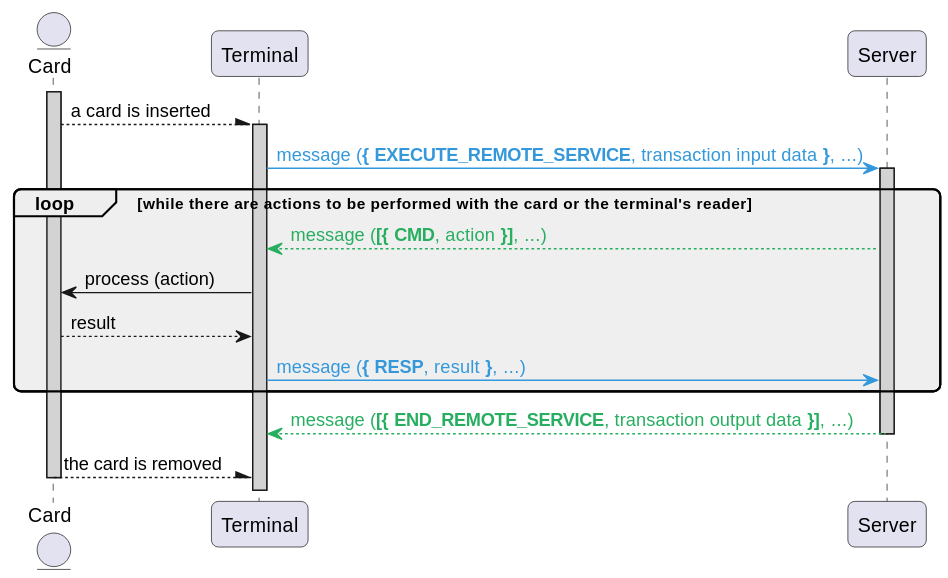
eclipse-keyple/keyple-website keeps this PlantUML diagram as static/media/learn/user-guide/distributed-json-api-1-0/distributedJsonApi_messagingFlow.svg. Above is the earlier version. Source of this version:
```plantuml
@startuml

skinparam RoundCorner 10


entity "Card" as card
participant "Terminal" as client
participant "Server" as server

activate card #LightGrey
card --\ client : a card is inserted

activate client #LightGrey
client -[#3498DB]> server : <color: #3498DB>message (**{** **EXECUTE_REMOTE_SERVICE**, transaction input data **}**, ...)

activate server #LightGrey

loop #EFEFEF while there are actions to be performed with the card or the terminal's reader
    server -[#27AE60]-> client : <color:#27AE60>message (**[{** **CMD**, action **}]**, ...)
    client -> card : process (action)
    card --> client : result
    client -[#3498DB]> server : <color: #3498DB>message (**{** **RESP**, result **}**, ...)
end

server -[#27AE60]-> client : <color:#27AE60>message (**[{** **END_REMOTE_SERVICE**, transaction output data **}]**, ...)
deactivate server

card --\ client : the card is removed
deactivate card
@enduml
```
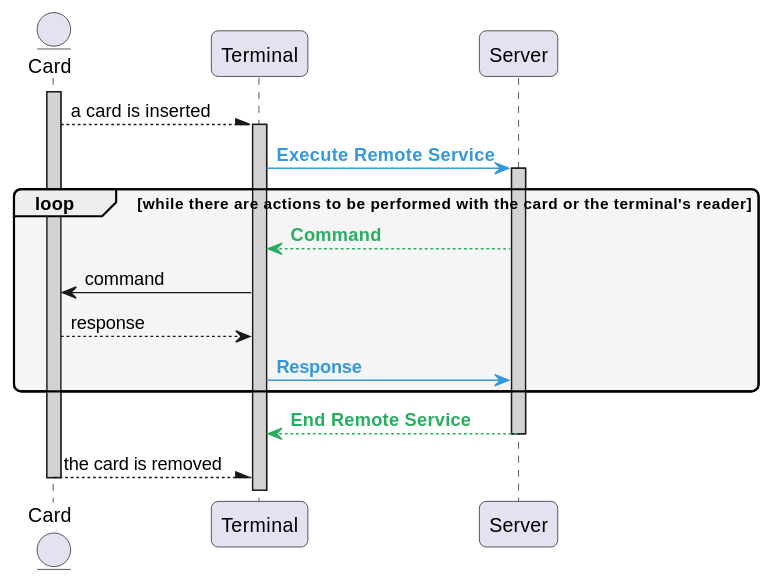
The same file after the commit.

The edit, as a diff of the source:
```diff
@@ -11,18 +11,18 @@
 card --\ client : a card is inserted
 
 activate client #LightGrey
-client -[#3498DB]> server : <color: #3498DB>message (**{** **EXECUTE_REMOTE_SERVICE**, transaction input data **}**, ...)
+client -[#3498DB]> server : <color: #3498DB>**Execute Remote Service**
 
 activate server #LightGrey
 
-loop #EFEFEF while there are actions to be performed with the card or the terminal's reader
-    server -[#27AE60]-> client : <color:#27AE60>message (**[{** **CMD**, action **}]**, ...)
-    client -> card : process (action)
-    card --> client : result
-    client -[#3498DB]> server : <color: #3498DB>message (**{** **RESP**, result **}**, ...)
+loop #F5F5F5 while there are actions to be performed with the card or the terminal's reader
+    server -[#27AE60]-> client : <color:#27AE60>**Command**
+    client -> card : command
+    card --> client : response
+    client -[#3498DB]> server : <color: #3498DB>**Response**
 end
 
-server -[#27AE60]-> client : <color:#27AE60>message (**[{** **END_REMOTE_SERVICE**, transaction output data **}]**, ...)
+server -[#27AE60]-> client : <color:#27AE60>**End Remote Service**
 deactivate server
 
 card --\ client : the card is removed
```
